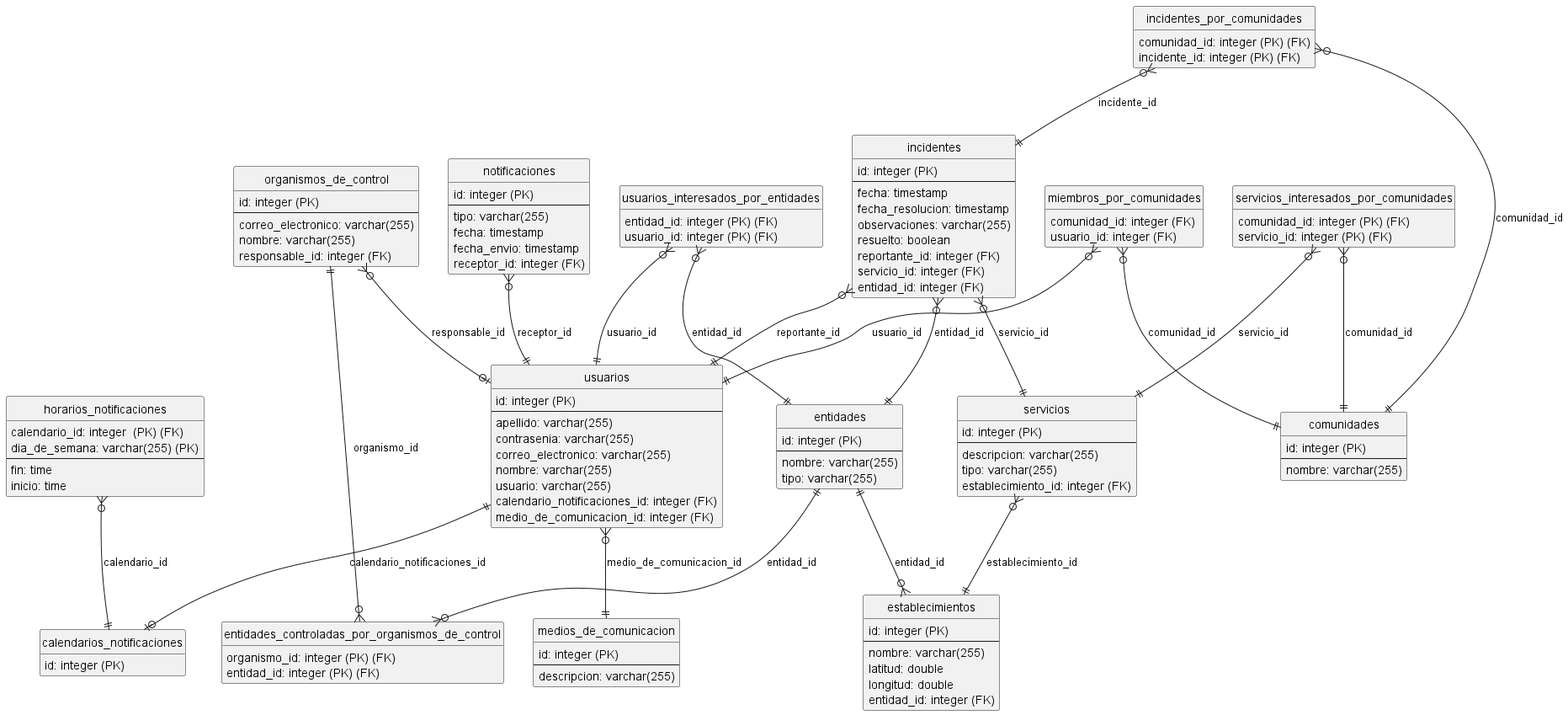
Before: docs/entrega-4/png/TPA4-DER.png, a diagram exported from PlantUML (ValenAquino/tp-dds-2023).
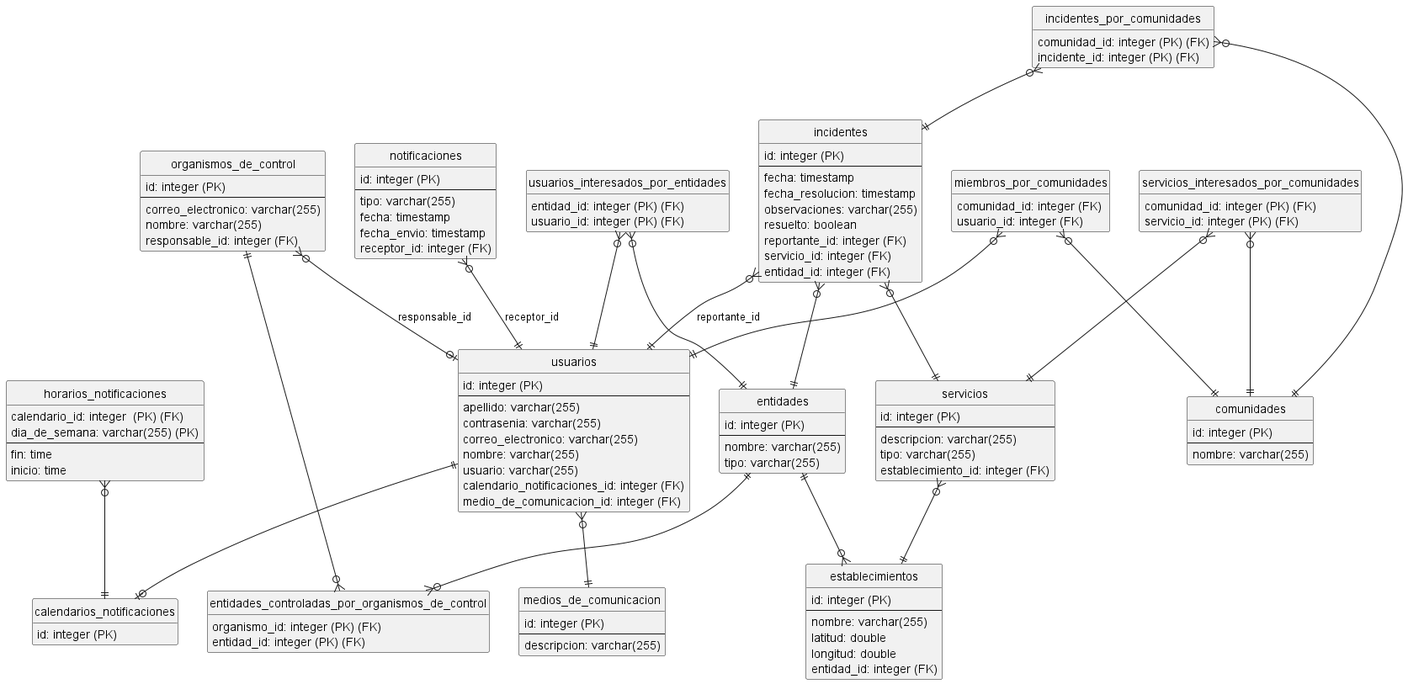
Above is the later version.

Commit message:
docs(der): remover nombres redundantes de relaciones

What changed in the source:
```diff
@@ -117,25 +117,25 @@
   usuario_id: integer (PK) (FK)
 }
 
-organismos_de_control ||--o{ entidades_controladas_por_organismos_de_control : organismo_id
-entidades ||--o{ entidades_controladas_por_organismos_de_control : entidad_id
-entidades ||--o{ establecimientos : entidad_id
-horarios_notificaciones }o--|| calendarios_notificaciones : calendario_id
+organismos_de_control ||--o{ entidades_controladas_por_organismos_de_control
+entidades ||--o{ entidades_controladas_por_organismos_de_control
+entidades ||--o{ establecimientos
+horarios_notificaciones }o--|| calendarios_notificaciones
 incidentes }o--|| usuarios : reportante_id
-incidentes }o--|| servicios : servicio_id
-incidentes }o--|| entidades : entidad_id
-incidentes_por_comunidades }o--|| comunidades : comunidad_id
-incidentes_por_comunidades }o--|| incidentes : incidente_id
-miembros_por_comunidades }o--|| usuarios : usuario_id
-miembros_por_comunidades }o--|| comunidades : comunidad_id
+incidentes }o--|| servicios
+incidentes }o--|| entidades
+incidentes_por_comunidades }o--|| comunidades
+incidentes_por_comunidades }o--|| incidentes
+miembros_por_comunidades }o--|| usuarios
+miembros_por_comunidades }o--|| comunidades
 notificaciones }o--|| usuarios : receptor_id
 organismos_de_control }o--o| usuarios : responsable_id
-servicios }o--|| establecimientos : establecimiento_id
-servicios_interesados_por_comunidades }o--|| comunidades : comunidad_id
-servicios_interesados_por_comunidades }o--|| servicios : servicio_id
-usuarios ||--o| calendarios_notificaciones : calendario_notificaciones_id
-usuarios }o--|| medios_de_comunicacion : medio_de_comunicacion_id
-usuarios_interesados_por_entidades }o--|| entidades : entidad_id
-usuarios_interesados_por_entidades }o--|| usuarios : usuario_id
+servicios }o--|| establecimientos
+servicios_interesados_por_comunidades }o--|| comunidades
+servicios_interesados_por_comunidades }o--|| servicios
+usuarios ||--o| calendarios_notificaciones
+usuarios }o--|| medios_de_comunicacion
+usuarios_interesados_por_entidades }o--|| entidades
+usuarios_interesados_por_entidades }o--|| usuarios
 
 @enduml
```
